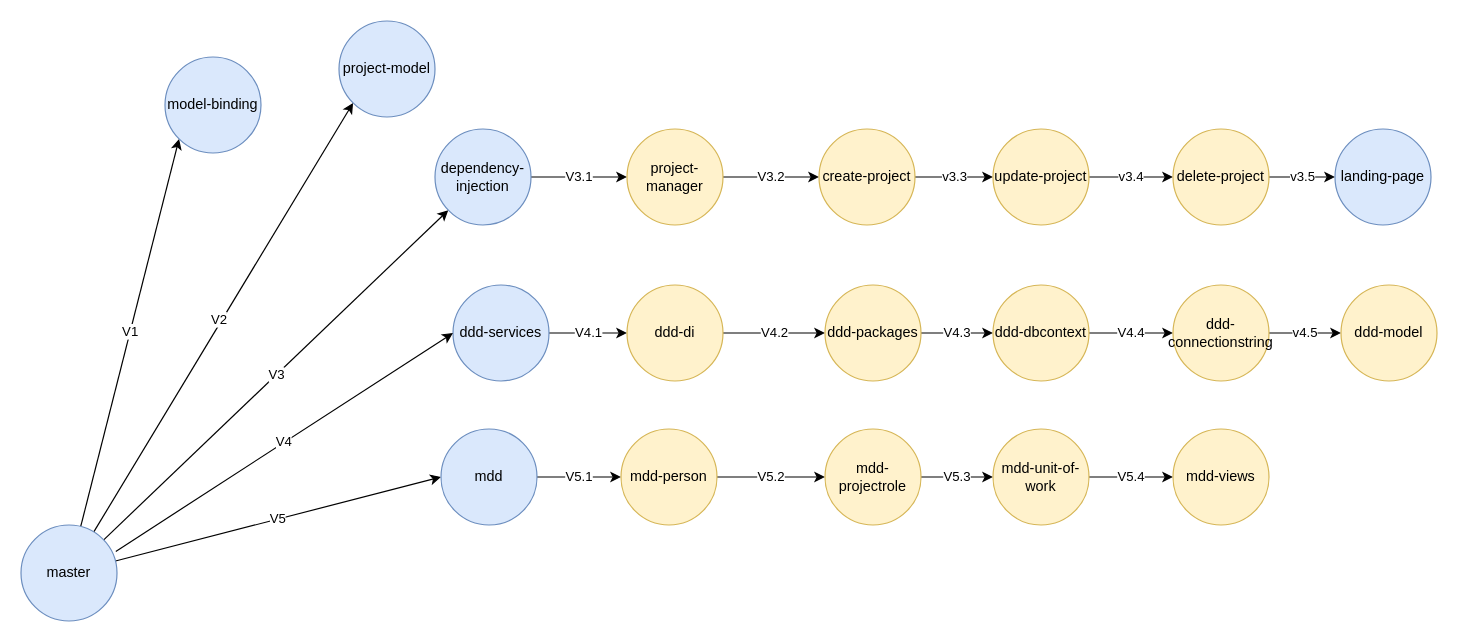
Above: PIS.drawio in zcomert/project-information-system (draw.io), before the change. Source tidied: cells renumbered, new cells numbered last; positions are measured from the earlier drawing's top-left corner, leaving out a move shared by most shapes. Both pictures are drawn from the tidied source at 120%, with x=0, y=0 at pixel (20, 20).
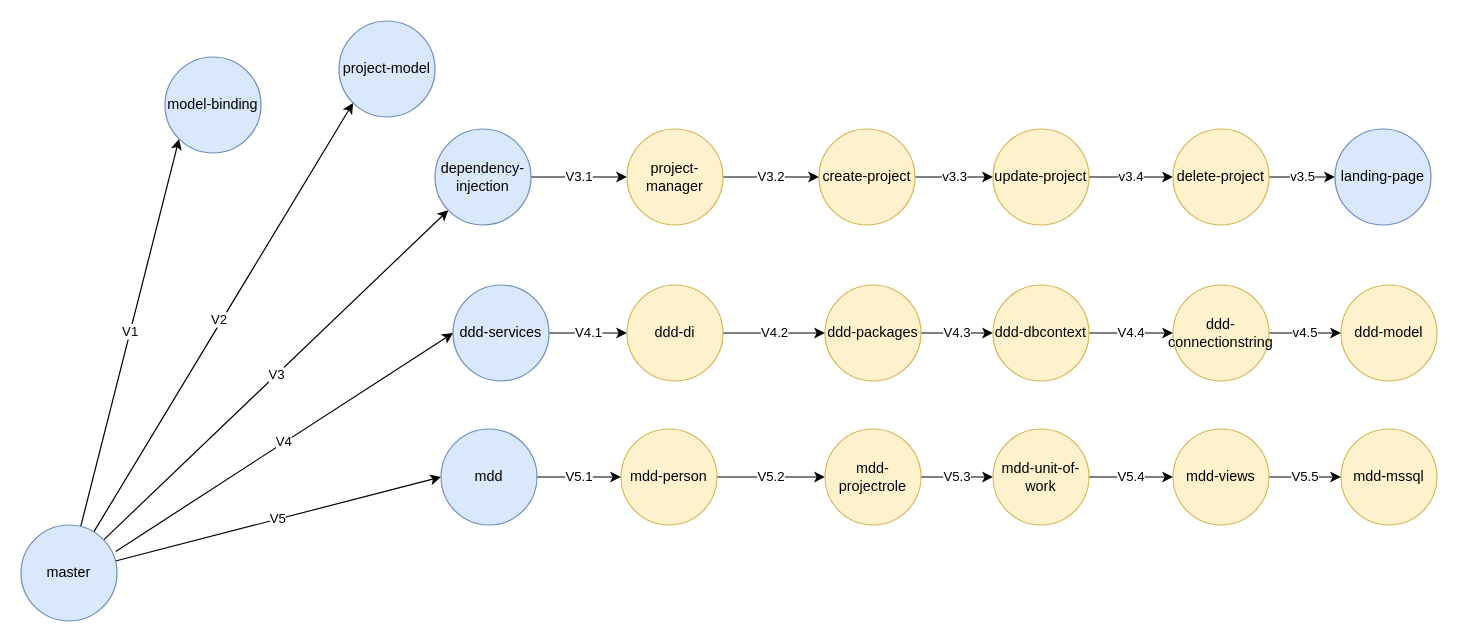
The same page after the edit.

Commit message (it also covers changes not shown here):
MSSQL has been done.

The change refers to these unchanged cells:
```xml
<mxCell id="42" value="mdd-views" style="ellipse;whiteSpace=wrap;html=1;fillColor=#fff2cc;strokeColor=#d6b656;" parent="1" vertex="1">
  <mxGeometry x="960" y="340" width="80" height="80" as="geometry" />
</mxCell>
```

The edit, as a diff of the source:
```diff
@@
+    <mxCell id="43" value="V5.5" style="edgeStyle=orthogonalEdgeStyle;rounded=0;jettySize=auto;html=1;entryX=0;entryY=0.5;entryDx=0;entryDy=0;" parent="1" edge="1" source="42" target="44">
+      <mxGeometry relative="1" as="geometry" />
+    </mxCell>
@@
+    <mxCell id="44" value="mdd-mssql" style="ellipse;whiteSpace=wrap;html=1;fillColor=#fff2cc;strokeColor=#d6b656;" parent="1" vertex="1">
+      <mxGeometry x="1100" y="340" width="80" height="80" as="geometry" />
+    </mxCell>
```
